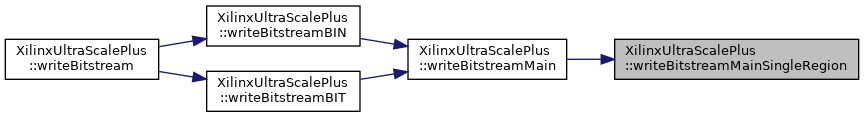
This is classXilinxUltraScalePlus_a838df6236b078c1a751e65feb9463e12_icgraph.png from FPGA-Research-Manchester/byteman, a Graphviz export, as it was before one commit. Its source is kept beside it as classXilinxUltraScalePlus_a838df6236b078c1a751e65feb9463e12_icgraph.dot.
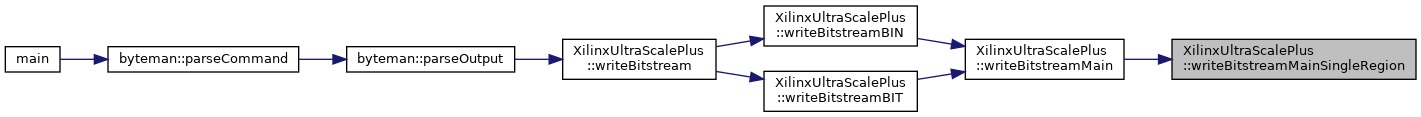
Above is the later version.

Change to the diagram source:
```diff
@@ -10,7 +10,13 @@
   Node3 [label="XilinxUltraScalePlus\l::writeBitstreamBIN",height=0.2,width=0.4,color="black", fillcolor="white", style="filled",URL="$classXilinxUltraScalePlus.html#ab32b8ddf6ed62003568932d9167f7231",tooltip=" "];
   Node3 -> Node4 [dir="back",color="midnightblue",fontsize="10",style="solid",fontname="Helvetica"];
   Node4 [label="XilinxUltraScalePlus\l::writeBitstream",height=0.2,width=0.4,color="black", fillcolor="white", style="filled",URL="$classXilinxUltraScalePlus.html#a7f2a7c34766d004adc6f1cfe1bdd62e7",tooltip=" "];
-  Node2 -> Node5 [dir="back",color="midnightblue",fontsize="10",style="solid",fontname="Helvetica"];
-  Node5 [label="XilinxUltraScalePlus\l::writeBitstreamBIT",height=0.2,width=0.4,color="black", fillcolor="white", style="filled",URL="$classXilinxUltraScalePlus.html#aafc764306446548f9127f3e30759af49",tooltip=" "];
-  Node5 -> Node4 [dir="back",color="midnightblue",fontsize="10",style="solid",fontname="Helvetica"];
+  Node4 -> Node5 [dir="back",color="midnightblue",fontsize="10",style="solid",fontname="Helvetica"];
+  Node5 [label="byteman::parseOutput",height=0.2,width=0.4,color="black", fillcolor="white", style="filled",URL="$classbyteman.html#a2ff1e5c9e9b542e9f74768b296ace32f",tooltip=" "];
+  Node5 -> Node6 [dir="back",color="midnightblue",fontsize="10",style="solid",fontname="Helvetica"];
+  Node6 [label="byteman::parseCommand",height=0.2,width=0.4,color="black", fillcolor="white", style="filled",URL="$classbyteman.html#a97ad2d6b20a10ddb0dd8d373159eea4e",tooltip=" "];
+  Node6 -> Node7 [dir="back",color="midnightblue",fontsize="10",style="solid",fontname="Helvetica"];
+  Node7 [label="main",height=0.2,width=0.4,color="black", fillcolor="white", style="filled",URL="$byteman_8cpp.html#a0ddf1224851353fc92bfbff6f499fa97",tooltip=" "];
+  Node2 -> Node8 [dir="back",color="midnightblue",fontsize="10",style="solid",fontname="Helvetica"];
+  Node8 [label="XilinxUltraScalePlus\l::writeBitstreamBIT",height=0.2,width=0.4,color="black", fillcolor="white", style="filled",URL="$classXilinxUltraScalePlus.html#aafc764306446548f9127f3e30759af49",tooltip=" "];
+  Node8 -> Node4 [dir="back",color="midnightblue",fontsize="10",style="solid",fontname="Helvetica"];
 }
```
